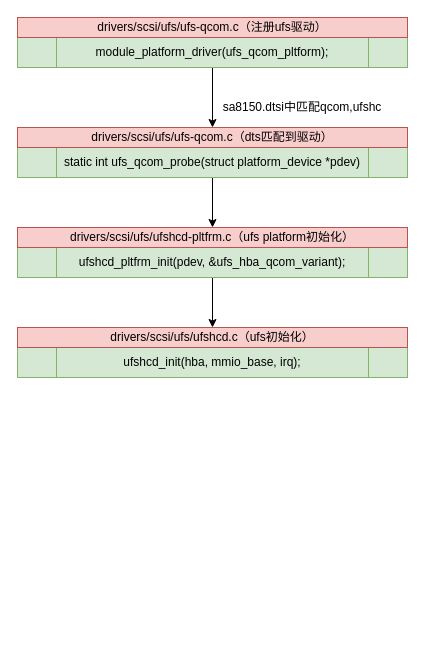
The draw.io diagram 驱动/块设备/scsi子系统/ufs/ufs.drawio in zhaozonggang100/linux-kernel-learn, before the edit. Source tidied: cells renumbered, new cells numbered last; positions are measured from the earlier drawing's top-left corner, leaving out a move shared by most shapes. Both pictures are drawn from the tidied source at 100%, with x=0, y=0 at pixel (17, 17).
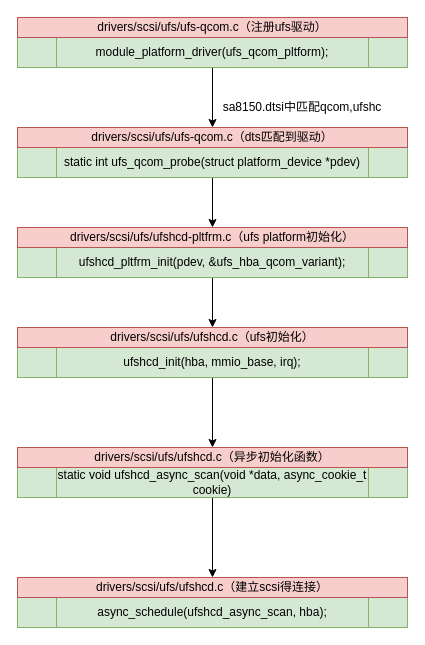
Above is the later version.

Diff of the diagram source:
```diff
@@
 <mxGraphModel>
   <root>
     <mxCell id="0" />
     <mxCell id="1" parent="0" />
     <mxCell id="2" style="edgeStyle=orthogonalEdgeStyle;rounded=0;jettySize=auto;html=1;exitX=0.5;exitY=1;exitDx=0;exitDy=0;entryX=0.5;entryY=0;entryDx=0;entryDy=0;" parent="1" edge="1" source="3" target="11">
       <mxGeometry relative="1" as="geometry" />
     </mxCell>
     <mxCell id="3" value="module_platform_driver(ufs_qcom_pltform);" style="shape=process;whiteSpace=wrap;html=1;backgroundOutline=1;fillColor=#d5e8d4;strokeColor=#82b366;" parent="1" vertex="1">
       <mxGeometry y="20" width="390" height="30" as="geometry" />
     </mxCell>
     <mxCell id="4" value="drivers/scsi/ufs/ufs-qcom.c（注册ufs驱动）" style="text;html=1;strokeColor=#b85450;fillColor=#f8cecc;align=center;verticalAlign=middle;whiteSpace=wrap;rounded=0;" parent="1" vertex="1">
       <mxGeometry width="390" height="20" as="geometry" />
     </mxCell>
     <mxCell id="5" style="edgeStyle=orthogonalEdgeStyle;rounded=0;jettySize=auto;html=1;exitX=0.5;exitY=1;exitDx=0;exitDy=0;entryX=0.5;entryY=0;entryDx=0;entryDy=0;" parent="1" edge="1" source="6" target="12">
       <mxGeometry relative="1" as="geometry" />
     </mxCell>
     <mxCell id="6" value="static int ufs_qcom_probe(struct platform_device *pdev)" style="shape=process;whiteSpace=wrap;html=1;backgroundOutline=1;fillColor=#d5e8d4;strokeColor=#82b366;" parent="1" vertex="1">
       <mxGeometry y="130" width="390" height="30" as="geometry" />
     </mxCell>
     <mxCell id="7" value="sa8150.dtsi中匹配qcom,ufshc" style="text;html=1;strokeColor=none;fillColor=none;align=center;verticalAlign=middle;whiteSpace=wrap;rounded=0;" parent="1" vertex="1">
       <mxGeometry x="185" y="80" width="200" height="20" as="geometry" />
     </mxCell>
     <mxCell id="8" style="edgeStyle=orthogonalEdgeStyle;rounded=0;jettySize=auto;html=1;exitX=0.5;exitY=1;exitDx=0;exitDy=0;entryX=0.5;entryY=0;entryDx=0;entryDy=0;" parent="1" edge="1" source="9" target="13">
       <mxGeometry relative="1" as="geometry" />
     </mxCell>
     <mxCell id="9" value="ufshcd_pltfrm_init(pdev, &amp;amp;ufs_hba_qcom_variant);" style="shape=process;whiteSpace=wrap;html=1;backgroundOutline=1;fillColor=#d5e8d4;strokeColor=#82b366;" parent="1" vertex="1">
       <mxGeometry y="230" width="390" height="30" as="geometry" />
     </mxCell>
+    <mxCell id="14" style="edgeStyle=orthogonalEdgeStyle;rounded=0;jettySize=auto;html=1;exitX=0.5;exitY=1;exitDx=0;exitDy=0;entryX=0.5;entryY=0;entryDx=0;entryDy=0;" parent="1" edge="1" source="10" target="17">
+      <mxGeometry relative="1" as="geometry" />
+    </mxCell>
     <mxCell id="10" value="ufshcd_init(hba, mmio_base, irq);" style="shape=process;whiteSpace=wrap;html=1;backgroundOutline=1;fillColor=#d5e8d4;strokeColor=#82b366;" parent="1" vertex="1">
       <mxGeometry y="330" width="390" height="30" as="geometry" />
     </mxCell>
     <mxCell id="11" value="drivers/scsi/ufs/ufs-qcom.c（dts匹配到驱动）" style="text;html=1;strokeColor=#b85450;fillColor=#f8cecc;align=center;verticalAlign=middle;whiteSpace=wrap;rounded=0;" parent="1" vertex="1">
       <mxGeometry y="110" width="390" height="20" as="geometry" />
     </mxCell>
     <mxCell id="12" value="drivers/scsi/ufs/ufshcd-pltfrm.c（ufs platform初始化）" style="text;html=1;strokeColor=#b85450;fillColor=#f8cecc;align=center;verticalAlign=middle;whiteSpace=wrap;rounded=0;" parent="1" vertex="1">
       <mxGeometry y="210" width="390" height="20" as="geometry" />
     </mxCell>
     <mxCell id="13" value="drivers/scsi/ufs/ufshcd.c（ufs初始化）" style="text;html=1;strokeColor=#b85450;fillColor=#f8cecc;align=center;verticalAlign=middle;whiteSpace=wrap;rounded=0;" parent="1" vertex="1">
       <mxGeometry y="310" width="390" height="20" as="geometry" />
     </mxCell>
+    <mxCell id="15" style="edgeStyle=orthogonalEdgeStyle;rounded=0;jettySize=auto;html=1;exitX=0.5;exitY=1;exitDx=0;exitDy=0;" parent="1" edge="1" source="16" target="19">
+      <mxGeometry relative="1" as="geometry" />
+    </mxCell>
+    <mxCell id="16" value="static void ufshcd_async_scan(void *data, async_cookie_t cookie)" style="shape=process;whiteSpace=wrap;html=1;backgroundOutline=1;fillColor=#d5e8d4;strokeColor=#82b366;" parent="1" vertex="1">
+      <mxGeometry y="450" width="390" height="30" as="geometry" />
+    </mxCell>
+    <mxCell id="17" value="drivers/scsi/ufs/ufshcd.c（异步初始化函数）" style="text;html=1;strokeColor=#b85450;fillColor=#f8cecc;align=center;verticalAlign=middle;whiteSpace=wrap;rounded=0;" parent="1" vertex="1">
+      <mxGeometry y="430" width="390" height="20" as="geometry" />
+    </mxCell>
+    <mxCell id="18" value="async_schedule(ufshcd_async_scan, hba);" style="shape=process;whiteSpace=wrap;html=1;backgroundOutline=1;fillColor=#d5e8d4;strokeColor=#82b366;" parent="1" vertex="1">
+      <mxGeometry y="580" width="390" height="30" as="geometry" />
+    </mxCell>
+    <mxCell id="19" value="drivers/scsi/ufs/ufshcd.c（建立scsi得连接）" style="text;html=1;strokeColor=#b85450;fillColor=#f8cecc;align=center;verticalAlign=middle;whiteSpace=wrap;rounded=0;" parent="1" vertex="1">
+      <mxGeometry y="560" width="390" height="20" as="geometry" />
+    </mxCell>
   </root>
 </mxGraphModel>
```
